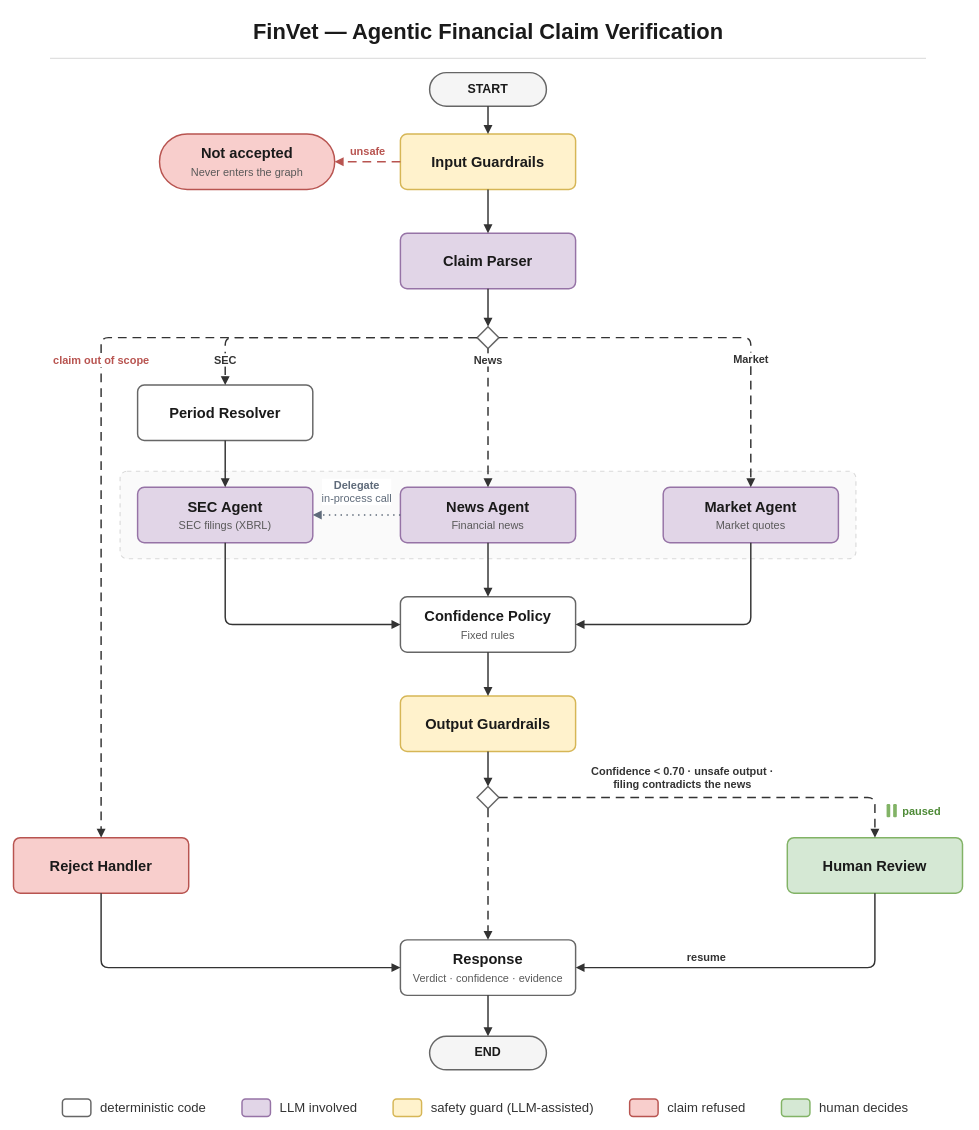
This is docs/diagrams/finvet-pipeline.drawio from danielberhane/finvet, a draw.io file, before an edit. Source tidied: cells renumbered, new cells numbered last; positions are measured from the earlier drawing's top-left corner, leaving out a move shared by most shapes. Both pictures are drawn from the tidied source at 73%, with x=0, y=0 at pixel (13, 12).
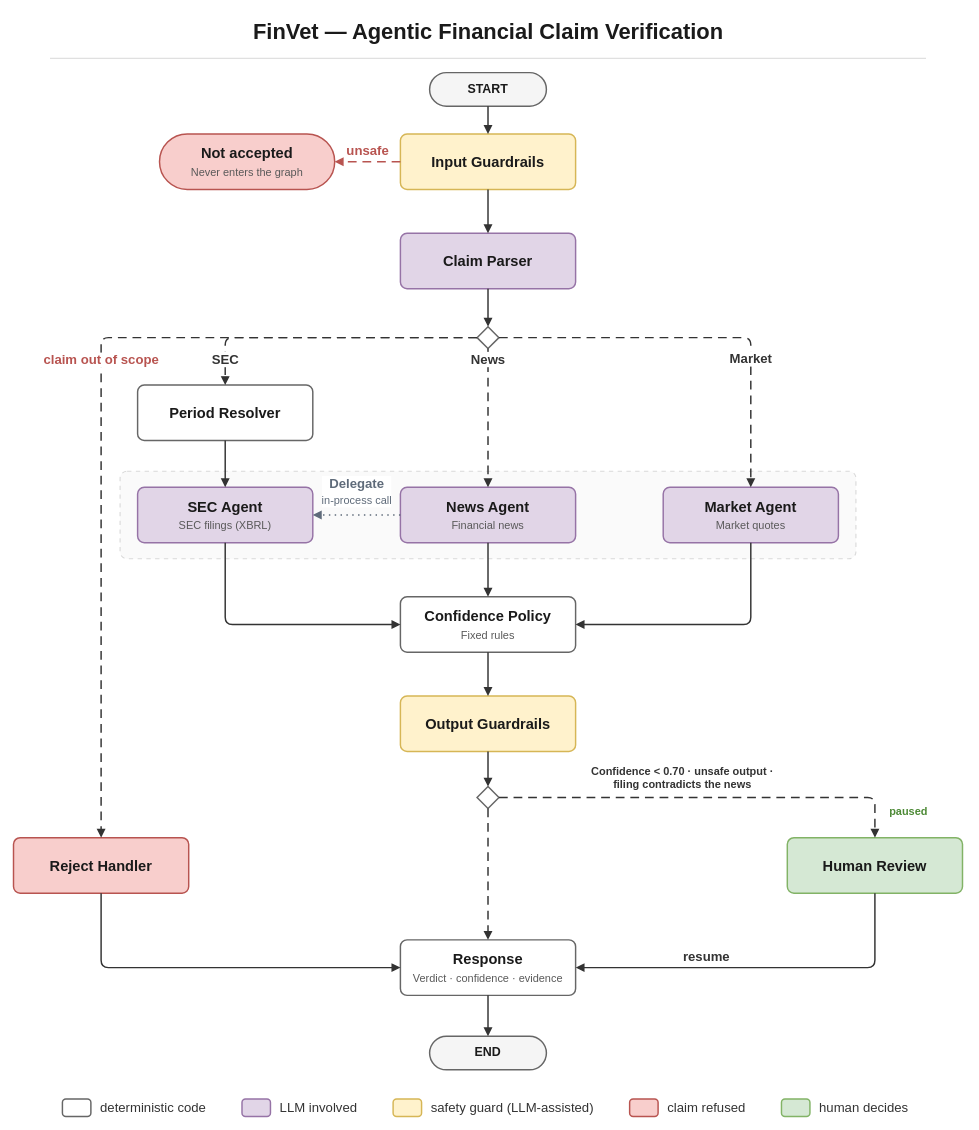
Above is the later version.

Commit message (it also covers changes not shown here):
docs(diagram): drop the pause glyph and enlarge the edge labels (#54)

The two pause bars beside Human Review go; the 'paused' label stays and
moves into their place. The seven edge labels (unsafe, claim out of
scope, SEC, News, Market, Delegate, resume) go from 15 to 18 px; the
'in-process call' subtitle keeps 15 px so the label still fits between
the agents. PNG re-exported from the draw.io source at the usual scale.

Unchanged cells that the change refers to:
```xml
<mxCell id="6" value="&lt;b&gt;Input Guardrails&lt;/b&gt;" style="rounded=1;arcSize=12;whiteSpace=wrap;html=1;fontFamily=Helvetica;fontSize=20;fontColor=#1A1A1A;fillColor=#FFF2CC;strokeColor=#D6B656;strokeWidth=2;" parent="1" vertex="1">
  <mxGeometry x="530" y="166" width="240" height="76" as="geometry" />
</mxCell>
<mxCell id="7" value="&lt;b&gt;Not accepted&lt;/b&gt;&lt;br&gt;&lt;span style=&quot;font-size:15px;color:#595959;&quot;&gt;Never enters the graph&lt;/span&gt;" style="rounded=1;arcSize=50;whiteSpace=wrap;html=1;fontFamily=Helvetica;fontSize=20;fontColor=#1A1A1A;fillColor=#F8CECC;strokeColor=#B85450;strokeWidth=2;" parent="1" vertex="1">
  <mxGeometry x="200" y="166" width="240" height="76" as="geometry" />
</mxCell>
<mxCell id="9" style="rhombus;whiteSpace=wrap;html=1;fillColor=#FFFFFF;strokeColor=#666666;strokeWidth=2;" parent="1" vertex="1">
  <mxGeometry x="635" y="430" width="30" height="30" as="geometry" />
</mxCell>
<mxCell id="10" value="&lt;b&gt;Period Resolver&lt;/b&gt;" style="rounded=1;arcSize=12;whiteSpace=wrap;html=1;fontFamily=Helvetica;fontSize=20;fontColor=#1A1A1A;fillColor=#FFFFFF;strokeColor=#666666;strokeWidth=2;" parent="1" vertex="1">
  <mxGeometry x="170" y="510" width="240" height="76" as="geometry" />
</mxCell>
<mxCell id="11" value="&lt;b&gt;SEC Agent&lt;/b&gt;&lt;br&gt;&lt;span style=&quot;font-size:15px;color:#595959;&quot;&gt;SEC filings (XBRL)&lt;/span&gt;" style="rounded=1;arcSize=12;whiteSpace=wrap;html=1;fontFamily=Helvetica;fontSize=20;fontColor=#1A1A1A;fillColor=#E1D5E7;strokeColor=#9673A6;strokeWidth=2;" parent="1" vertex="1">
  <mxGeometry x="170" y="650" width="240" height="76" as="geometry" />
</mxCell>
<mxCell id="12" value="&lt;b&gt;News Agent&lt;/b&gt;&lt;br&gt;&lt;span style=&quot;font-size:15px;color:#595959;&quot;&gt;Financial news&lt;/span&gt;" style="rounded=1;arcSize=12;whiteSpace=wrap;html=1;fontFamily=Helvetica;fontSize=20;fontColor=#1A1A1A;fillColor=#E1D5E7;strokeColor=#9673A6;strokeWidth=2;" parent="1" vertex="1">
  <mxGeometry x="530" y="650" width="240" height="76" as="geometry" />
</mxCell>
<mxCell id="13" value="&lt;b&gt;Market Agent&lt;/b&gt;&lt;br&gt;&lt;span style=&quot;font-size:15px;color:#595959;&quot;&gt;Market quotes&lt;/span&gt;" style="rounded=1;arcSize=12;whiteSpace=wrap;html=1;fontFamily=Helvetica;fontSize=20;fontColor=#1A1A1A;fillColor=#E1D5E7;strokeColor=#9673A6;strokeWidth=2;" parent="1" vertex="1">
  <mxGeometry x="890" y="650" width="240" height="76" as="geometry" />
</mxCell>
<mxCell id="17" value="&lt;b&gt;Reject Handler&lt;/b&gt;" style="rounded=1;arcSize=12;whiteSpace=wrap;html=1;fontFamily=Helvetica;fontSize=20;fontColor=#1A1A1A;fillColor=#F8CECC;strokeColor=#B85450;strokeWidth=2;" parent="1" vertex="1">
  <mxGeometry y="1130" width="240" height="76" as="geometry" />
</mxCell>
<mxCell id="18" value="&lt;b&gt;Human Review&lt;/b&gt;" style="rounded=1;arcSize=12;whiteSpace=wrap;html=1;fontFamily=Helvetica;fontSize=20;fontColor=#1A1A1A;fillColor=#D5E8D4;strokeColor=#82B366;strokeWidth=2;" parent="1" vertex="1">
  <mxGeometry x="1060" y="1130" width="240" height="76" as="geometry" />
</mxCell>
<mxCell id="19" value="&lt;b&gt;Response&lt;/b&gt;&lt;br&gt;&lt;span style=&quot;font-size:15px;color:#595959;&quot;&gt;Verdict · confidence · evidence&lt;/span&gt;" style="rounded=1;arcSize=12;whiteSpace=wrap;html=1;fontFamily=Helvetica;fontSize=20;fontColor=#1A1A1A;fillColor=#FFFFFF;strokeColor=#666666;strokeWidth=2;" parent="1" vertex="1">
  <mxGeometry x="530" y="1270" width="240" height="76" as="geometry" />
</mxCell>
```

Change to the diagram source:
```diff
@@
-    <mxCell id="21" style="rounded=1;arcSize=30;html=1;fillColor=#82B366;strokeColor=none;" parent="1" vertex="1">
-      <mxGeometry x="1196" y="1084" width="5" height="18" as="geometry" />
-    </mxCell>
-    <mxCell id="22" style="rounded=1;arcSize=30;html=1;fillColor=#82B366;strokeColor=none;" parent="1" vertex="1">
-      <mxGeometry x="1205" y="1084" width="5" height="18" as="geometry" />
-    </mxCell>
@@
-    <mxCell id="24" value="&lt;b&gt;unsafe&lt;/b&gt;" style="edgeStyle=orthogonalEdgeStyle;rounded=1;jettySize=auto;html=1;strokeWidth=2;endArrow=block;endFill=1;endSize=7;fontFamily=Helvetica;fontSize=15;labelBackgroundColor=#FFFFFF;jumpStyle=arc;jumpSize=10;dashed=1;dashPattern=6 4;strokeColor=#B85450;fontColor=#B85450;exitX=0;exitY=0.5;exitDx=0;exitDy=0;entryX=1;entryY=0.5;entryDx=0;entryDy=0;" parent="1" edge="1" source="6" target="7">
+    <mxCell id="24" value="&lt;b&gt;unsafe&lt;/b&gt;" style="edgeStyle=orthogonalEdgeStyle;rounded=1;jettySize=auto;html=1;strokeWidth=2;endArrow=block;endFill=1;endSize=7;fontFamily=Helvetica;fontSize=18;labelBackgroundColor=#FFFFFF;jumpStyle=arc;jumpSize=10;dashed=1;dashPattern=6 4;strokeColor=#B85450;fontColor=#B85450;exitX=0;exitY=0.5;exitDx=0;exitDy=0;entryX=1;entryY=0.5;entryDx=0;entryDy=0;" parent="1" edge="1" source="6" target="7">
       <mxGeometry relative="1" as="geometry">
         <mxPoint y="-14" as="offset" />
       </mxGeometry>
     </mxCell>
@@
-    <mxCell id="27" value="&lt;b&gt;claim out of scope&lt;/b&gt;" style="edgeStyle=orthogonalEdgeStyle;rounded=1;jettySize=auto;html=1;strokeWidth=2;endArrow=block;endFill=1;endSize=7;fontFamily=Helvetica;fontSize=15;labelBackgroundColor=#FFFFFF;jumpStyle=arc;jumpSize=10;dashed=1;dashPattern=6 4;strokeColor=#333333;fontColor=#B85450;exitX=0;exitY=0.5;exitDx=0;exitDy=0;entryX=0.5;entryY=0;entryDx=0;entryDy=0;" parent="1" edge="1" source="9" target="17">
+    <mxCell id="27" value="&lt;b&gt;claim out of scope&lt;/b&gt;" style="edgeStyle=orthogonalEdgeStyle;rounded=1;jettySize=auto;html=1;strokeWidth=2;endArrow=block;endFill=1;endSize=7;fontFamily=Helvetica;fontSize=18;labelBackgroundColor=#FFFFFF;jumpStyle=arc;jumpSize=10;dashed=1;dashPattern=6 4;strokeColor=#333333;fontColor=#B85450;exitX=0;exitY=0.5;exitDx=0;exitDy=0;entryX=0.5;entryY=0;entryDx=0;entryDy=0;" parent="1" edge="1" source="9" target="17">
       <mxGeometry x="-0.09" relative="1" as="geometry">
         <Array as="points">
           <mxPoint x="120" y="445" />
         </Array>
       </mxGeometry>
     </mxCell>
-    <mxCell id="28" value="&lt;b&gt;SEC&lt;/b&gt;" style="edgeStyle=orthogonalEdgeStyle;rounded=1;jettySize=auto;html=1;strokeWidth=2;endArrow=block;endFill=1;endSize=7;fontFamily=Helvetica;fontSize=15;labelBackgroundColor=#FFFFFF;jumpStyle=arc;jumpSize=10;dashed=1;dashPattern=6 4;strokeColor=#333333;fontColor=#333333;exitX=0;exitY=0.5;exitDx=0;exitDy=0;entryX=0.5;entryY=0;entryDx=0;entryDy=0;" parent="1" edge="1" source="9" target="10">
+    <mxCell id="28" value="&lt;b&gt;SEC&lt;/b&gt;" style="edgeStyle=orthogonalEdgeStyle;rounded=1;jettySize=auto;html=1;strokeWidth=2;endArrow=block;endFill=1;endSize=7;fontFamily=Helvetica;fontSize=18;labelBackgroundColor=#FFFFFF;jumpStyle=arc;jumpSize=10;dashed=1;dashPattern=6 4;strokeColor=#333333;fontColor=#333333;exitX=0;exitY=0.5;exitDx=0;exitDy=0;entryX=0.5;entryY=0;entryDx=0;entryDy=0;" parent="1" edge="1" source="9" target="10">
       <mxGeometry x="0.83" relative="1" as="geometry">
         <Array as="points">
           <mxPoint x="290" y="445" />
         </Array>
       </mxGeometry>
     </mxCell>
-    <mxCell id="29" value="&lt;b&gt;News&lt;/b&gt;" style="edgeStyle=orthogonalEdgeStyle;rounded=1;jettySize=auto;html=1;strokeWidth=2;endArrow=block;endFill=1;endSize=7;fontFamily=Helvetica;fontSize=15;labelBackgroundColor=#FFFFFF;jumpStyle=arc;jumpSize=10;dashed=1;dashPattern=6 4;strokeColor=#333333;fontColor=#333333;exitX=0.5;exitY=1;exitDx=0;exitDy=0;entryX=0.5;entryY=0;entryDx=0;entryDy=0;" parent="1" edge="1" source="9" target="12">
+    <mxCell id="29" value="&lt;b&gt;News&lt;/b&gt;" style="edgeStyle=orthogonalEdgeStyle;rounded=1;jettySize=auto;html=1;strokeWidth=2;endArrow=block;endFill=1;endSize=7;fontFamily=Helvetica;fontSize=18;labelBackgroundColor=#FFFFFF;jumpStyle=arc;jumpSize=10;dashed=1;dashPattern=6 4;strokeColor=#333333;fontColor=#333333;exitX=0.5;exitY=1;exitDx=0;exitDy=0;entryX=0.5;entryY=0;entryDx=0;entryDy=0;" parent="1" edge="1" source="9" target="12">
       <mxGeometry x="-0.84" relative="1" as="geometry" />
     </mxCell>
-    <mxCell id="30" value="&lt;b&gt;Market&lt;/b&gt;" style="edgeStyle=orthogonalEdgeStyle;rounded=1;jettySize=auto;html=1;strokeWidth=2;endArrow=block;endFill=1;endSize=7;fontFamily=Helvetica;fontSize=15;labelBackgroundColor=#FFFFFF;jumpStyle=arc;jumpSize=10;dashed=1;dashPattern=6 4;strokeColor=#333333;fontColor=#333333;exitX=1;exitY=0.5;exitDx=0;exitDy=0;entryX=0.5;entryY=0;entryDx=0;entryDy=0;" parent="1" edge="1" source="9" target="13">
+    <mxCell id="30" value="&lt;b&gt;Market&lt;/b&gt;" style="edgeStyle=orthogonalEdgeStyle;rounded=1;jettySize=auto;html=1;strokeWidth=2;endArrow=block;endFill=1;endSize=7;fontFamily=Helvetica;fontSize=18;labelBackgroundColor=#FFFFFF;jumpStyle=arc;jumpSize=10;dashed=1;dashPattern=6 4;strokeColor=#333333;fontColor=#333333;exitX=1;exitY=0.5;exitDx=0;exitDy=0;entryX=0.5;entryY=0;entryDx=0;entryDy=0;" parent="1" edge="1" source="9" target="13">
       <mxGeometry x="0.36" relative="1" as="geometry">
         <Array as="points">
           <mxPoint x="1010" y="445" />
         </Array>
       </mxGeometry>
     </mxCell>
@@
-    <mxCell id="32" value="&lt;b&gt;Delegate&lt;/b&gt;&lt;br&gt;&lt;span style=&quot;font-weight:normal&quot;&gt;in-process call&lt;/span&gt;" style="edgeStyle=orthogonalEdgeStyle;rounded=1;jettySize=auto;html=1;strokeWidth=2;endArrow=block;endFill=1;endSize=7;fontFamily=Helvetica;fontSize=15;labelBackgroundColor=#FFFFFF;jumpStyle=arc;jumpSize=10;dashed=1;dashPattern=1 3;strokeColor=#5F6B7A;fontColor=#5F6B7A;exitX=0;exitY=0.5;exitDx=0;exitDy=0;entryX=1;entryY=0.5;entryDx=0;entryDy=0;" parent="1" edge="1" source="12" target="11">
+    <mxCell id="32" value="&lt;b&gt;Delegate&lt;/b&gt;&lt;br&gt;&lt;span style=&quot;font-weight:normal;font-size:15px&quot;&gt;in-process call&lt;/span&gt;" style="edgeStyle=orthogonalEdgeStyle;rounded=1;jettySize=auto;html=1;strokeWidth=2;endArrow=block;endFill=1;endSize=7;fontFamily=Helvetica;fontSize=18;labelBackgroundColor=#FFFFFF;jumpStyle=arc;jumpSize=10;dashed=1;dashPattern=1 3;strokeColor=#5F6B7A;fontColor=#5F6B7A;exitX=0;exitY=0.5;exitDx=0;exitDy=0;entryX=1;entryY=0.5;entryDx=0;entryDy=0;" parent="1" edge="1" source="12" target="11">
       <mxGeometry relative="1" as="geometry">
         <mxPoint y="-32" as="offset" />
       </mxGeometry>
     </mxCell>
@@
     <mxCell id="39" value="&lt;b&gt;paused&lt;/b&gt;" style="text;html=1;align=left;verticalAlign=middle;fontFamily=Helvetica;fontSize=15;fontColor=#4D8A36;" parent="1" vertex="1">
-      <mxGeometry x="1216" y="1082" width="90" height="22" as="geometry" />
+      <mxGeometry x="1198" y="1082" width="90" height="22" as="geometry" />
     </mxCell>
@@
-    <mxCell id="42" value="&lt;b&gt;resume&lt;/b&gt;" style="edgeStyle=orthogonalEdgeStyle;rounded=1;jettySize=auto;html=1;strokeWidth=2;endArrow=block;endFill=1;endSize=7;fontFamily=Helvetica;fontSize=15;labelBackgroundColor=#FFFFFF;jumpStyle=arc;jumpSize=10;strokeColor=#333333;fontColor=#333333;exitX=0.5;exitY=1;exitDx=0;exitDy=0;entryX=1;entryY=0.5;entryDx=0;entryDy=0;" parent="1" edge="1" source="18" target="19">
+    <mxCell id="42" value="&lt;b&gt;resume&lt;/b&gt;" style="edgeStyle=orthogonalEdgeStyle;rounded=1;jettySize=auto;html=1;strokeWidth=2;endArrow=block;endFill=1;endSize=7;fontFamily=Helvetica;fontSize=18;labelBackgroundColor=#FFFFFF;jumpStyle=arc;jumpSize=10;strokeColor=#333333;fontColor=#333333;exitX=0.5;exitY=1;exitDx=0;exitDy=0;entryX=1;entryY=0.5;entryDx=0;entryDy=0;" parent="1" edge="1" source="18" target="19">
       <mxGeometry x="0.3" relative="1" as="geometry">
         <mxPoint y="-15" as="offset" />
       </mxGeometry>
     </mxCell>
```
